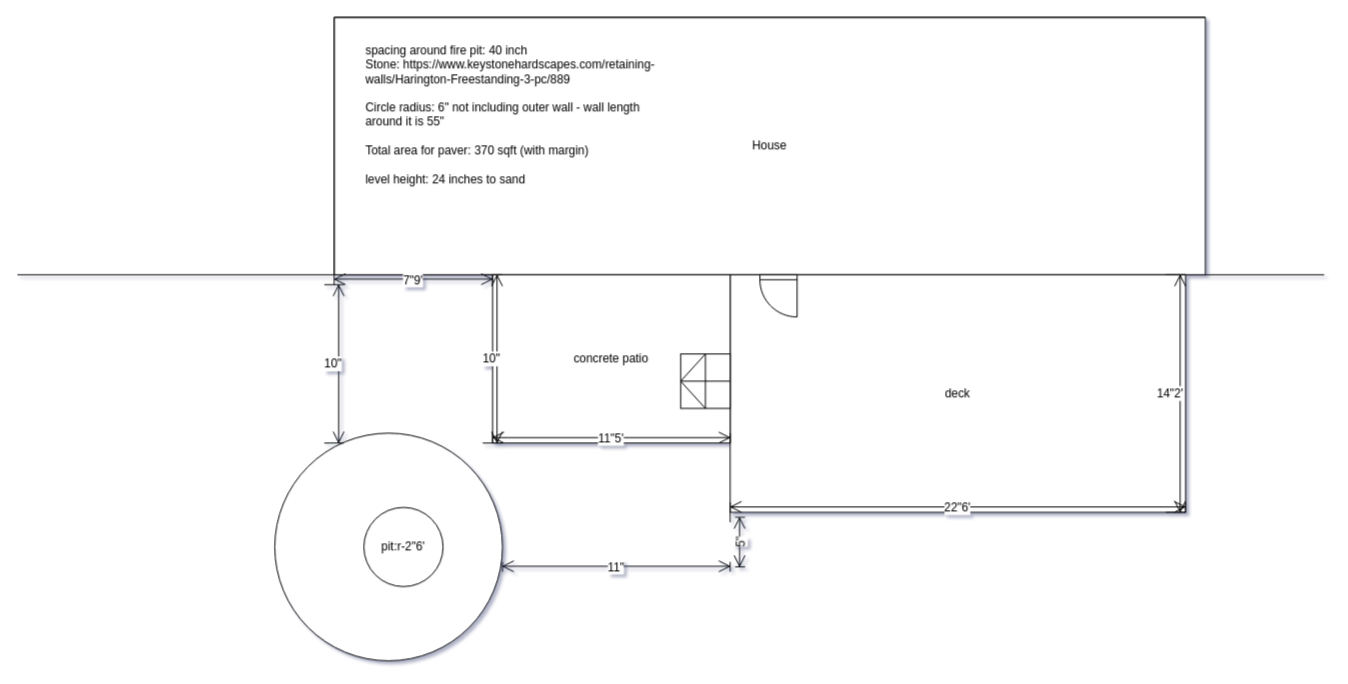
Before: page "round-1" (1 of 2) of yard.drawio in gyandeeps/personal-designs, a draw.io diagram. Source tidied: cells renumbered, new cells numbered last; positions are measured from the earlier drawing's top-left corner, leaving out a move shared by most shapes. Both pictures are drawn from the tidied source at 99%, with x=0, y=0 at pixel (17, 17).
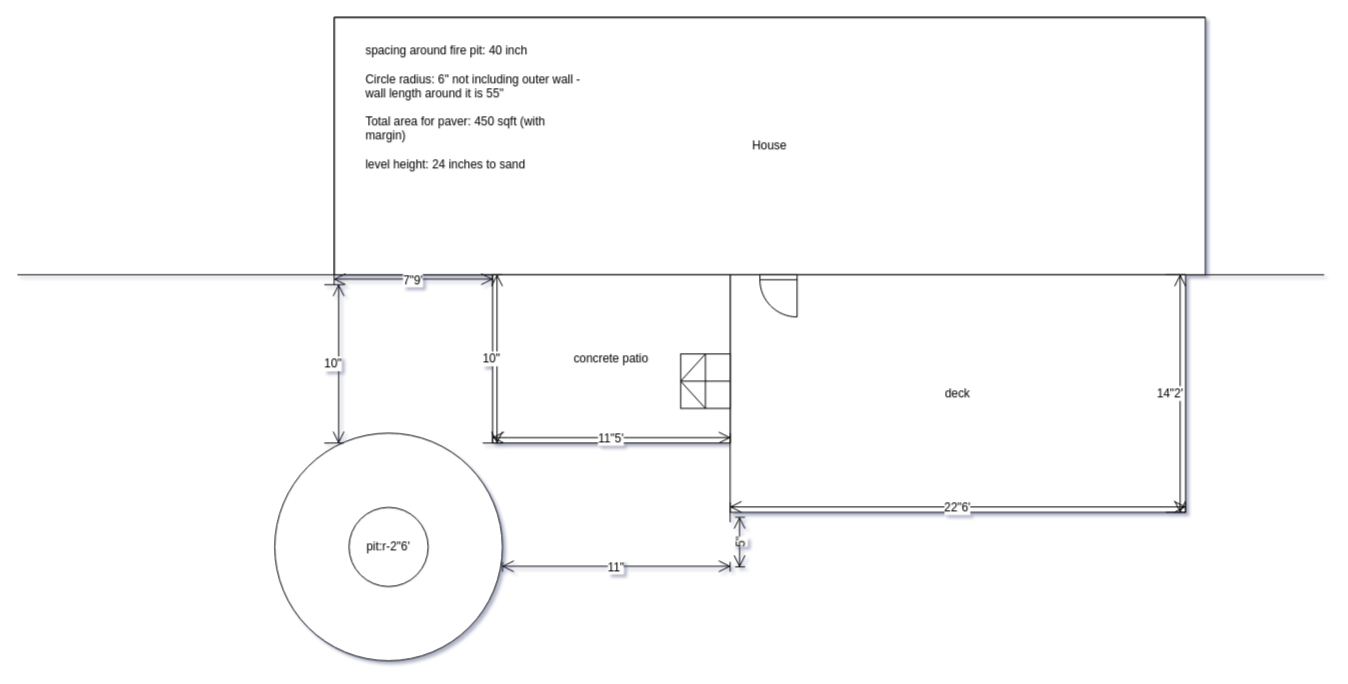
Above is the later version.

Change to the diagram source:
```diff
@@
     <mxCell id="17" value="pit:r-2&quot;6'" style="ellipse;whiteSpace=wrap;html=1;shadow=0;sketch=0;" parent="1" vertex="1">
-      <mxGeometry x="350" y="495" width="80" height="80" as="geometry" />
+      <mxGeometry x="335" y="495" width="80" height="80" as="geometry" />
     </mxCell>
-    <mxCell id="18" value="spacing around fire pit: 40 inch&#10;Stone: https://www.keystonehardscapes.com/retaining-walls/Harington-Freestanding-3-pc/889&#10;&#10;Circle radius: 6&quot; not including outer wall - wall length around it is 55&quot;&#10;&#10;Total area for paver: 370 sqft (with margin)&#10;&#10;level height: 24 inches to sand" style="shadow=0;sketch=0;textDirection=ltr;align=left;verticalAlign=top;glass=0;rounded=1;strokeColor=none;fillColor=none;whiteSpace=wrap;" parent="1" vertex="1">
+    <mxCell id="18" value="spacing around fire pit: 40 inch&#10;&#10;Circle radius: 6&quot; not including outer wall - wall length around it is 55&quot;&#10;&#10;Total area for paver: 450 sqft (with margin)&#10;&#10;level height: 24 inches to sand" style="shadow=0;sketch=0;textDirection=ltr;align=left;verticalAlign=top;glass=0;rounded=1;strokeColor=none;fillColor=none;whiteSpace=wrap;" parent="1" vertex="1">
       <mxGeometry x="350" y="20" width="220" height="220" as="geometry" />
     </mxCell>
```
